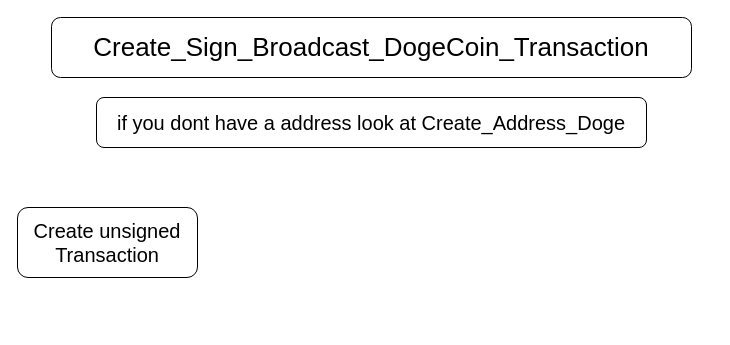
Fleischkuechle/coin_utils keeps this draw.io diagram as coin_utils/Create_Sign_Broadcast_DogeCoin_Transaction.drawio. Above is the earlier version. Source tidied: cells renumbered, new cells numbered last; positions are measured from the earlier drawing's top-left corner, leaving out a move shared by most shapes. Both pictures are drawn from the tidied source at 100%, with x=0, y=0 at pixel (17, 17).
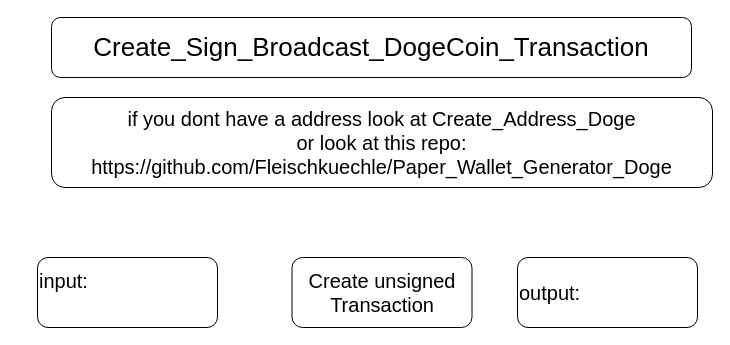
The same page after the edit.

Change to the diagram source:
```diff
@@
 <mxGraphModel>
   <root>
     <mxCell id="0" />
     <mxCell id="1" parent="0" />
     <mxCell id="2" value="&lt;font style=&quot;font-size: 26px;&quot;&gt;Create_Sign_Broadcast_DogeCoin_Transaction&lt;/font&gt;" style="rounded=1;whiteSpace=wrap;html=1;" parent="1" vertex="1">
       <mxGeometry x="34" width="640" height="60" as="geometry" />
     </mxCell>
     <mxCell id="3" value="&lt;font style=&quot;font-size: 20px;&quot;&gt;Create unsigned Transaction&lt;/font&gt;" style="rounded=1;whiteSpace=wrap;html=1;" parent="1" vertex="1">
-      <mxGeometry y="190" width="180" height="70" as="geometry" />
+      <mxGeometry x="274.5" y="240" width="180" height="70" as="geometry" />
     </mxCell>
-    <mxCell id="4" value="&lt;font style=&quot;font-size: 20px;&quot;&gt;if you dont have a address look at Create_Address_Doge&lt;/font&gt;" style="rounded=1;whiteSpace=wrap;html=1;" parent="1" vertex="1">
-      <mxGeometry x="79" y="80" width="550" height="50" as="geometry" />
+    <mxCell id="4" value="&lt;font style=&quot;&quot;&gt;&lt;span style=&quot;font-size: 20px;&quot;&gt;if you dont have a address look at Create_Address_Doge&lt;/span&gt;&lt;br&gt;&lt;span style=&quot;font-size: 20px;&quot;&gt;or look at this repo:&lt;/span&gt;&lt;br&gt;&lt;span style=&quot;font-size: 20px;&quot;&gt;https://github.com/Fleischkuechle/Paper_Wallet_Generator_Doge&lt;/span&gt;&lt;br&gt;&lt;/font&gt;" style="rounded=1;whiteSpace=wrap;html=1;" parent="1" vertex="1">
+      <mxGeometry x="34" y="80" width="661" height="90" as="geometry" />
     </mxCell>
+    <mxCell id="5" value="&lt;font style=&quot;font-size: 20px;&quot;&gt;input:&lt;br&gt;&lt;br&gt;&lt;/font&gt;" style="rounded=1;whiteSpace=wrap;html=1;align=left;" parent="1" vertex="1">
+      <mxGeometry x="20" y="240" width="180" height="70" as="geometry" />
+    </mxCell>
+    <mxCell id="6" value="&lt;font style=&quot;font-size: 20px;&quot;&gt;output:&lt;/font&gt;" style="rounded=1;whiteSpace=wrap;html=1;align=left;" parent="1" vertex="1">
+      <mxGeometry x="500" y="240" width="180" height="70" as="geometry" />
+    </mxCell>
   </root>
 </mxGraphModel>
```
